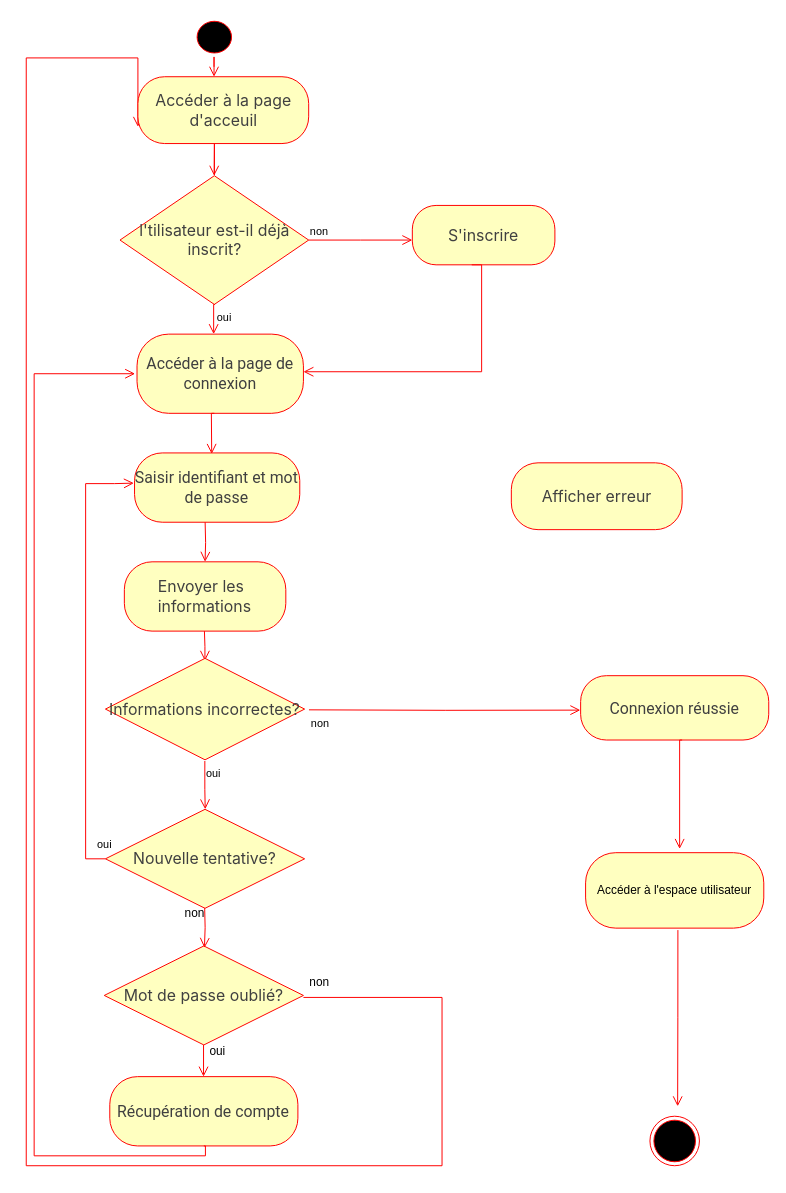
The draw.io diagram Diagramme d'activitéAvis.drawio.drawio in Rahma3-sys/Searchgi, before the edit. Source tidied: cells renumbered, new cells numbered last; positions are measured from the earlier drawing's top-left corner, leaving out a move shared by most shapes. Both pictures are drawn from the tidied source at 99%, with x=0, y=0 at pixel (26, 17).
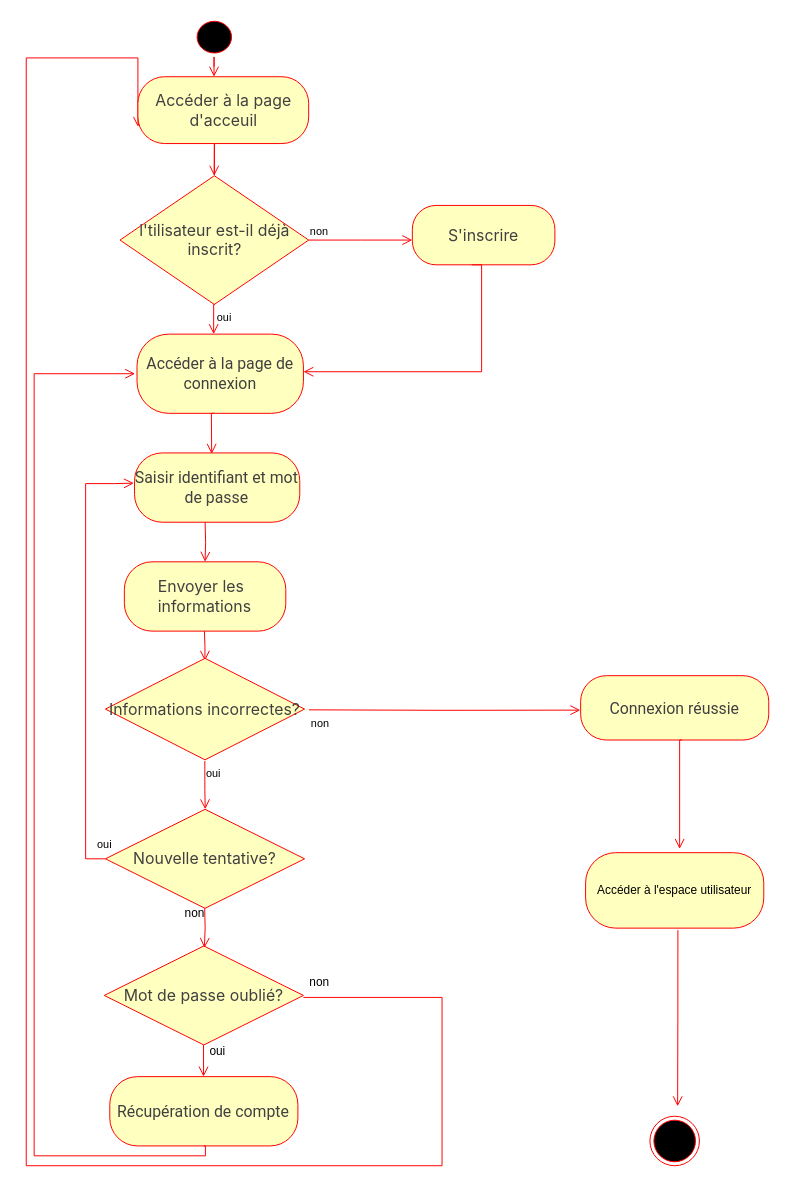
The same page after the edit.

Commit message:
Mettre à jour Diagramme d'activitéconnect.drawio.drawio

Diff of the diagram source:
```diff
@@
-    <mxCell id="19" value="&lt;span style=&quot;color: rgb(64, 64, 64); font-family: Inter, system-ui, -apple-system, BlinkMacSystemFont, &amp;quot;Segoe UI&amp;quot;, Roboto, &amp;quot;Noto Sans&amp;quot;, Ubuntu, Cantarell, &amp;quot;Helvetica Neue&amp;quot;, Oxygen, &amp;quot;Open Sans&amp;quot;, sans-serif; font-size: 16.002px; text-align: left;&quot;&gt;Afficher erreur&lt;/span&gt;" style="rounded=1;whiteSpace=wrap;html=1;arcSize=40;fontColor=#000000;fillColor=#ffffc0;strokeColor=#ff0000;" parent="1" vertex="1">
-      <mxGeometry x="490" y="450" width="172.5" height="67.5" as="geometry" />
-    </mxCell>
```
